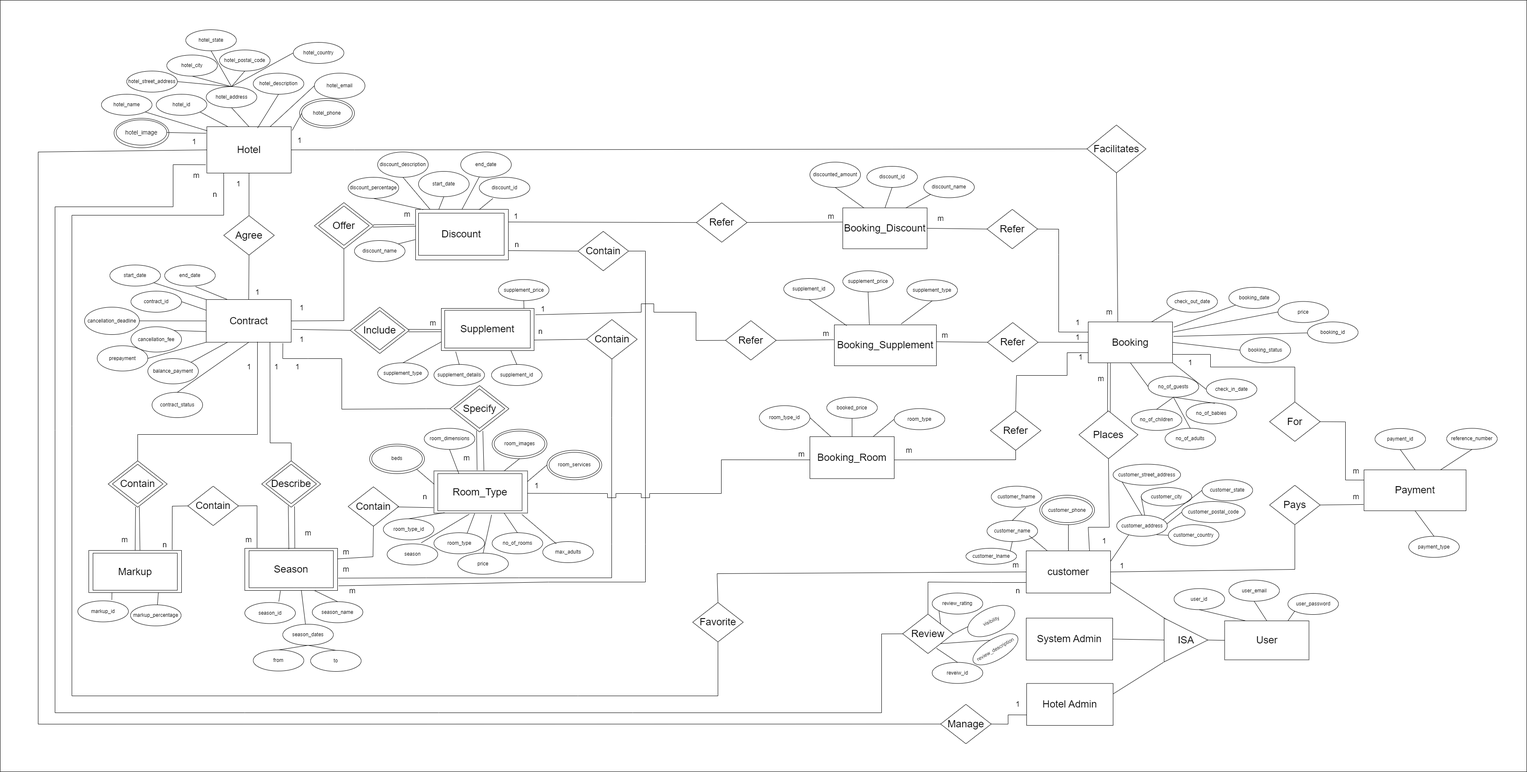
janchilling/Hotel-Management-System keeps this draw.io diagram as Submissions/ER-Diagram/Updated-ER-Hotel_Management-System.drawio.png. Above is the earlier version. Source tidied: cells renumbered, new cells last; positions are measured from the earlier drawing's top-left corner, leaving out a move shared by most shapes.
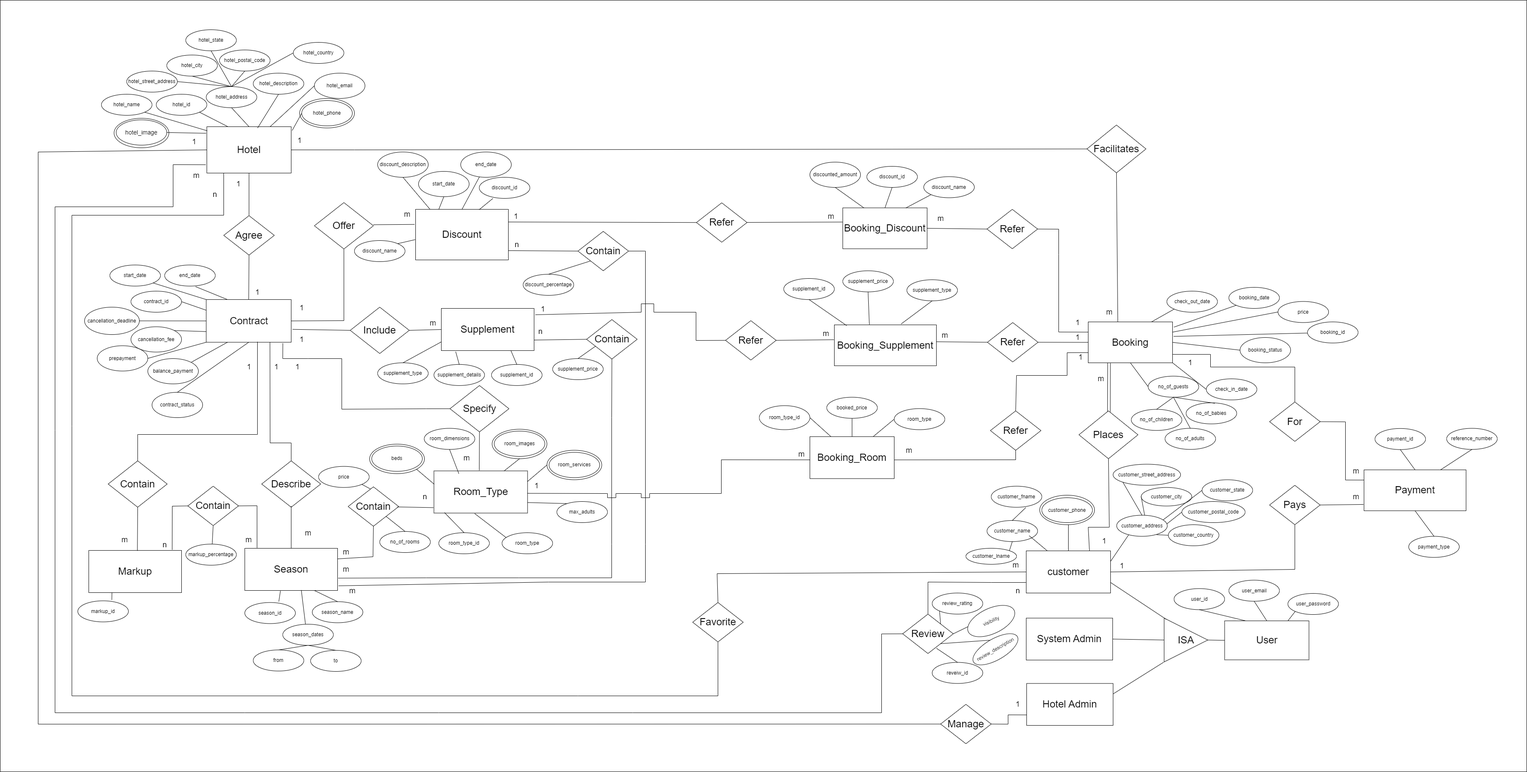
Later version of the same file.

Change to the diagram source:
```diff
@@ -4,18 +4,18 @@
     <mxCell id="1" parent="0" />
-    <mxCell id="2" style="rounded=0;whiteSpace=wrap;html=1;" parent="1" vertex="1">
+    <mxCell id="2" value="&lt;span style=&quot;font-size: 24px;&quot;&gt;Supplement&lt;/span&gt;" style="rounded=0;whiteSpace=wrap;html=1;" parent="1" vertex="1">
       <mxGeometry x="1046" y="731" width="220" height="100" as="geometry" />
     </mxCell>
-    <mxCell id="3" style="rounded=0;whiteSpace=wrap;html=1;" parent="1" vertex="1">
+    <mxCell id="3" value="&lt;span style=&quot;font-size: 24px;&quot;&gt;Discount&lt;/span&gt;" style="rounded=0;whiteSpace=wrap;html=1;" parent="1" vertex="1">
       <mxGeometry x="985" y="496" width="220" height="120" as="geometry" />
     </mxCell>
-    <mxCell id="4" style="rounded=0;whiteSpace=wrap;html=1;" parent="1" vertex="1">
+    <mxCell id="4" value="&lt;span style=&quot;font-size: 24px;&quot;&gt;Room_Type&lt;/span&gt;" style="rounded=0;whiteSpace=wrap;html=1;" parent="1" vertex="1">
       <mxGeometry x="1028.5" y="1116.4" width="222" height="100" as="geometry" />
     </mxCell>
-    <mxCell id="5" style="rounded=0;whiteSpace=wrap;html=1;" parent="1" vertex="1">
+    <mxCell id="5" value="&lt;span style=&quot;font-size: 24px;&quot;&gt;Season&lt;/span&gt;" style="rounded=0;whiteSpace=wrap;html=1;" parent="1" vertex="1">
       <mxGeometry x="580" y="1300" width="220" height="100" as="geometry" />
     </mxCell>
-    <mxCell id="6" style="rounded=0;whiteSpace=wrap;html=1;" parent="1" vertex="1">
+    <mxCell id="6" value="&lt;span style=&quot;font-size: 24px;&quot;&gt;Markup&lt;/span&gt;" style="rounded=0;whiteSpace=wrap;html=1;" parent="1" vertex="1">
       <mxGeometry x="210" y="1305" width="220" height="100" as="geometry" />
     </mxCell>
-    <mxCell id="7" style="rhombus;whiteSpace=wrap;html=1;" parent="1" vertex="1">
+    <mxCell id="7" value="&lt;span style=&quot;font-size: 24px;&quot;&gt;Contain&lt;/span&gt;" style="rhombus;whiteSpace=wrap;html=1;" parent="1" vertex="1">
       <mxGeometry x="256" y="1092.5" width="140" height="110" as="geometry" />
@@ -169,5 +169,2 @@
     </mxCell>
-    <mxCell id="57" value="&lt;font style=&quot;font-size: 24px;&quot;&gt;Markup&lt;/font&gt;" style="rounded=0;whiteSpace=wrap;html=1;" parent="1" vertex="1">
-      <mxGeometry x="220" y="1311.5" width="200" height="88" as="geometry" />
-    </mxCell>
     <mxCell id="58" value="markup_id" style="ellipse;whiteSpace=wrap;html=1;" parent="1" vertex="1">
@@ -178,11 +175,5 @@
     </mxCell>
-    <mxCell id="60" style="endArrow=none;html=1;rounded=0;entryX=0.5;entryY=1;entryDx=0;entryDy=0;exitX=0.75;exitY=1;exitDx=0;exitDy=0;" parent="1" edge="1" source="6" target="61">
+    <mxCell id="60" style="endArrow=none;html=1;rounded=0;entryX=0.5;entryY=1;entryDx=0;entryDy=0;exitX=0.5;exitY=1;exitDx=0;exitDy=0;" parent="1" edge="1" source="273" target="61">
       <mxGeometry relative="1" as="geometry" />
     </mxCell>
-    <mxCell id="61" value="markup_percentage" style="ellipse;whiteSpace=wrap;html=1;" parent="1" vertex="1">
-      <mxGeometry x="309" y="1434" width="120" height="50" as="geometry" />
-    </mxCell>
-    <mxCell id="62" value="&lt;font style=&quot;font-size: 24px;&quot;&gt;Contain&lt;/font&gt;" style="rhombus;whiteSpace=wrap;html=1;" parent="1" vertex="1">
-      <mxGeometry x="266" y="1100.5" width="120" height="93.5" as="geometry" />
-    </mxCell>
     <mxCell id="63" style="endArrow=none;html=1;rounded=0;exitX=0.5;exitY=0;exitDx=0;exitDy=0;" parent="1" edge="1" source="7">
@@ -196,8 +187,5 @@
     </mxCell>
-    <mxCell id="64" style="rhombus;whiteSpace=wrap;html=1;" parent="1" vertex="1">
+    <mxCell id="64" value="&lt;span style=&quot;font-size: 24px;&quot;&gt;Describe&lt;/span&gt;" style="rhombus;whiteSpace=wrap;html=1;" parent="1" vertex="1">
       <mxGeometry x="620" y="1092.5" width="140" height="110" as="geometry" />
     </mxCell>
-    <mxCell id="65" value="&lt;font style=&quot;font-size: 24px;&quot;&gt;Season&lt;/font&gt;" style="rounded=0;whiteSpace=wrap;html=1;" parent="1" vertex="1">
-      <mxGeometry x="590" y="1305.5" width="200" height="88" as="geometry" />
-    </mxCell>
     <mxCell id="66" value="season_id" style="ellipse;whiteSpace=wrap;html=1;" parent="1" vertex="1">
@@ -226,5 +214,2 @@
     </mxCell>
-    <mxCell id="74" value="&lt;font style=&quot;font-size: 24px;&quot;&gt;Describe&lt;/font&gt;" style="rhombus;whiteSpace=wrap;html=1;" parent="1" vertex="1">
-      <mxGeometry x="630" y="1100.5" width="120" height="93.5" as="geometry" />
-    </mxCell>
     <mxCell id="75" value="season_name" style="ellipse;whiteSpace=wrap;html=1;" parent="1" vertex="1">
@@ -235,8 +220,5 @@
     </mxCell>
-    <mxCell id="77" style="endArrow=none;html=1;rounded=0;exitX=0.464;exitY=0.991;exitDx=0;exitDy=0;exitPerimeter=0;entryX=0.5;entryY=0;entryDx=0;entryDy=0;" parent="1" edge="1" source="7" target="6">
+    <mxCell id="77" style="endArrow=none;html=1;rounded=0;exitX=0.5;exitY=1;exitDx=0;exitDy=0;entryX=0.524;entryY=0.008;entryDx=0;entryDy=0;entryPerimeter=0;" parent="1" edge="1" source="7" target="6">
       <mxGeometry relative="1" as="geometry" />
     </mxCell>
-    <mxCell id="78" style="endArrow=none;html=1;rounded=0;exitX=0.528;exitY=0.989;exitDx=0;exitDy=0;exitPerimeter=0;entryX=0.552;entryY=0.004;entryDx=0;entryDy=0;entryPerimeter=0;" parent="1" edge="1" source="7" target="6">
-      <mxGeometry relative="1" as="geometry" />
-    </mxCell>
     <mxCell id="79" style="endArrow=none;html=1;rounded=0;entryX=0.75;entryY=1;entryDx=0;entryDy=0;exitX=0.5;exitY=0;exitDx=0;exitDy=0;" parent="1" edge="1" source="64" target="36">
@@ -249,20 +231,11 @@
     </mxCell>
-    <mxCell id="80" style="endArrow=none;html=1;rounded=0;entryX=0.451;entryY=0.968;entryDx=0;entryDy=0;entryPerimeter=0;exitX=0.475;exitY=0.025;exitDx=0;exitDy=0;exitPerimeter=0;" parent="1" edge="1" source="5" target="64">
-      <mxGeometry relative="1" as="geometry" />
+    <mxCell id="80" style="endArrow=none;html=1;rounded=0;" parent="1" edge="1">
+      <mxGeometry relative="1" as="geometry">
+        <mxPoint x="690" y="1300" as="sourcePoint" />
+        <mxPoint x="690" y="1200" as="targetPoint" />
+      </mxGeometry>
     </mxCell>
-    <mxCell id="81" style="endArrow=none;html=1;rounded=0;entryX=0.557;entryY=0.982;entryDx=0;entryDy=0;entryPerimeter=0;exitX=0.539;exitY=0.004;exitDx=0;exitDy=0;exitPerimeter=0;" parent="1" edge="1" source="5" target="64">
-      <mxGeometry relative="1" as="geometry" />
-    </mxCell>
-    <mxCell id="82" style="rhombus;whiteSpace=wrap;html=1;" parent="1" vertex="1">
+    <mxCell id="82" value="&lt;span style=&quot;font-size: 24px;&quot;&gt;Specify&lt;/span&gt;" style="rhombus;whiteSpace=wrap;html=1;" parent="1" vertex="1">
       <mxGeometry x="1066.5" y="913.9" width="140" height="110" as="geometry" />
     </mxCell>
-    <mxCell id="83" value="&lt;font style=&quot;font-size: 24px;&quot;&gt;Room_Type&lt;/font&gt;" style="rounded=0;whiteSpace=wrap;html=1;" parent="1" vertex="1">
-      <mxGeometry x="1037.5" y="1122.9" width="200" height="88" as="geometry" />
-    </mxCell>
-    <mxCell id="84" value="season" style="ellipse;whiteSpace=wrap;html=1;" parent="1" vertex="1">
-      <mxGeometry x="917.5" y="1289.4" width="120" height="50" as="geometry" />
-    </mxCell>
-    <mxCell id="85" style="endArrow=none;html=1;rounded=0;exitX=0.377;exitY=1.026;exitDx=0;exitDy=0;entryX=0.672;entryY=-0.044;entryDx=0;entryDy=0;entryPerimeter=0;exitPerimeter=0;" parent="1" edge="1" source="4" target="84">
-      <mxGeometry relative="1" as="geometry" />
-    </mxCell>
     <mxCell id="86" style="endArrow=none;html=1;rounded=0;entryX=0.5;entryY=1;entryDx=0;entryDy=0;exitX=0.435;exitY=1.011;exitDx=0;exitDy=0;exitPerimeter=0;" parent="1" edge="1" source="4" target="87">
@@ -270,23 +243,8 @@
     </mxCell>
-    <mxCell id="87" value="room_type" style="ellipse;whiteSpace=wrap;html=1;" parent="1" vertex="1">
-      <mxGeometry x="1028.5" y="1263" width="120" height="50" as="geometry" />
-    </mxCell>
-    <mxCell id="88" value="&lt;font style=&quot;font-size: 24px;&quot;&gt;Specify&lt;/font&gt;" style="rhombus;whiteSpace=wrap;html=1;" parent="1" vertex="1">
-      <mxGeometry x="1076.5" y="921.9" width="120" height="93.5" as="geometry" />
-    </mxCell>
-    <mxCell id="89" value="price" style="ellipse;whiteSpace=wrap;html=1;" parent="1" vertex="1">
-      <mxGeometry x="1085" y="1311.5" width="120" height="50" as="geometry" />
-    </mxCell>
-    <mxCell id="90" style="endArrow=none;html=1;rounded=0;exitX=0.616;exitY=1.04;exitDx=0;exitDy=0;entryX=0.5;entryY=0;entryDx=0;entryDy=0;exitPerimeter=0;" parent="1" edge="1" source="4" target="89">
+    <mxCell id="90" style="endArrow=none;html=1;rounded=0;exitX=0.441;exitY=0.055;exitDx=0;exitDy=0;entryX=1;entryY=1;entryDx=0;entryDy=0;exitPerimeter=0;" parent="1" edge="1" source="261" target="89">
       <mxGeometry relative="1" as="geometry" />
     </mxCell>
-    <mxCell id="91" style="endArrow=none;html=1;rounded=0;entryX=0.451;entryY=0.968;entryDx=0;entryDy=0;entryPerimeter=0;exitX=0.461;exitY=-0.017;exitDx=0;exitDy=0;exitPerimeter=0;" parent="1" edge="1" source="4" target="82">
+    <mxCell id="91" style="endArrow=none;html=1;rounded=0;entryX=0.5;entryY=1;entryDx=0;entryDy=0;exitX=0.484;exitY=-0.012;exitDx=0;exitDy=0;exitPerimeter=0;" parent="1" edge="1" source="4" target="82">
       <mxGeometry relative="1" as="geometry" />
     </mxCell>
-    <mxCell id="92" style="endArrow=none;html=1;rounded=0;entryX=0.557;entryY=0.982;entryDx=0;entryDy=0;entryPerimeter=0;exitX=0.534;exitY=-0.003;exitDx=0;exitDy=0;exitPerimeter=0;" parent="1" edge="1" source="4" target="82">
-      <mxGeometry relative="1" as="geometry" />
-    </mxCell>
-    <mxCell id="93" value="&lt;font style=&quot;font-size: 24px;&quot;&gt;Discount&lt;/font&gt;" style="rounded=0;whiteSpace=wrap;html=1;" parent="1" vertex="1">
-      <mxGeometry x="992" y="505" width="203" height="100" as="geometry" />
-    </mxCell>
     <mxCell id="94" value="discount_id" style="ellipse;whiteSpace=wrap;html=1;" parent="1" vertex="1">
@@ -297,5 +255,2 @@
     </mxCell>
-    <mxCell id="96" value="discount_percentage" style="ellipse;whiteSpace=wrap;html=1;" parent="1" vertex="1">
-      <mxGeometry x="825" y="420" width="120" height="50" as="geometry" />
-    </mxCell>
     <mxCell id="97" style="endArrow=none;html=1;rounded=0;entryX=0.269;entryY=1.003;entryDx=0;entryDy=0;exitX=0.685;exitY=0.007;exitDx=0;exitDy=0;exitPerimeter=0;entryPerimeter=0;" parent="1" edge="1" source="3" target="94">
@@ -306,3 +261,3 @@
     </mxCell>
-    <mxCell id="99" style="endArrow=none;html=1;rounded=0;exitX=0.082;exitY=0.007;exitDx=0;exitDy=0;exitPerimeter=0;entryX=0.5;entryY=1;entryDx=0;entryDy=0;" parent="1" edge="1" source="3" target="96">
+    <mxCell id="99" style="endArrow=none;html=1;rounded=0;exitX=0;exitY=1;exitDx=0;exitDy=0;entryX=0.5;entryY=0;entryDx=0;entryDy=0;" parent="1" edge="1" source="262" target="96">
       <mxGeometry relative="1" as="geometry" />
@@ -321,5 +276,2 @@
     </mxCell>
-    <mxCell id="104" value="&lt;font style=&quot;font-size: 24px;&quot;&gt;Supplement&lt;/font&gt;" style="rounded=0;whiteSpace=wrap;html=1;" parent="1" vertex="1">
-      <mxGeometry x="1054" y="735.5" width="203" height="89.5" as="geometry" />
-    </mxCell>
     <mxCell id="105" value="supplement_id" style="ellipse;whiteSpace=wrap;html=1;" parent="1" vertex="1">
@@ -327,5 +279,2 @@
     </mxCell>
-    <mxCell id="106" value="supplement_price" style="ellipse;whiteSpace=wrap;html=1;" parent="1" vertex="1">
-      <mxGeometry x="1181.5" y="662.5" width="120" height="50" as="geometry" />
-    </mxCell>
     <mxCell id="107" value="supplement_details" style="ellipse;whiteSpace=wrap;html=1;" parent="1" vertex="1">
@@ -336,6 +285,4 @@
     </mxCell>
-    <mxCell id="109" style="endArrow=none;html=1;rounded=0;entryX=0.5;entryY=1;entryDx=0;entryDy=0;exitX=0.5;exitY=0;exitDx=0;exitDy=0;" parent="1" edge="1" target="106">
-      <mxGeometry relative="1" as="geometry">
-        <mxPoint x="1242" y="731" as="sourcePoint" />
-      </mxGeometry>
+    <mxCell id="109" style="endArrow=none;html=1;rounded=0;entryX=0.5;entryY=0;entryDx=0;entryDy=0;exitX=0.19;exitY=0.662;exitDx=0;exitDy=0;exitPerimeter=0;" parent="1" edge="1" source="263" target="106">
+      <mxGeometry relative="1" as="geometry" />
     </mxCell>
@@ -676,8 +623,5 @@
     </mxCell>
-    <mxCell id="203" style="rhombus;whiteSpace=wrap;html=1;" parent="1" vertex="1">
+    <mxCell id="203" value="&lt;span style=&quot;font-size: 24px;&quot;&gt;Include&lt;/span&gt;" style="rhombus;whiteSpace=wrap;html=1;" parent="1" vertex="1">
       <mxGeometry x="830" y="728" width="140" height="110" as="geometry" />
     </mxCell>
-    <mxCell id="204" value="&lt;font style=&quot;font-size: 24px;&quot;&gt;Include&lt;/font&gt;" style="rhombus;whiteSpace=wrap;html=1;" parent="1" vertex="1">
-      <mxGeometry x="840" y="736" width="120" height="93.5" as="geometry" />
-    </mxCell>
     <mxCell id="205" style="endArrow=none;html=1;rounded=0;entryX=-0.009;entryY=1.005;entryDx=0;entryDy=0;entryPerimeter=0;exitX=1;exitY=0.25;exitDx=0;exitDy=0;" parent="1" edge="1" source="172" target="170">
@@ -685,8 +629,5 @@
     </mxCell>
-    <mxCell id="206" style="rhombus;whiteSpace=wrap;html=1;" parent="1" vertex="1">
+    <mxCell id="206" value="&lt;span style=&quot;font-size: 24px;&quot;&gt;Offer&lt;/span&gt;" style="rhombus;whiteSpace=wrap;html=1;" parent="1" vertex="1">
       <mxGeometry x="745" y="480" width="140" height="110" as="geometry" />
     </mxCell>
-    <mxCell id="207" value="&lt;font style=&quot;font-size: 24px;&quot;&gt;Offer&lt;/font&gt;" style="rhombus;whiteSpace=wrap;html=1;" parent="1" vertex="1">
-      <mxGeometry x="755" y="488" width="120" height="93.5" as="geometry" />
-    </mxCell>
     <mxCell id="208" style="endArrow=none;html=1;rounded=0;exitX=1;exitY=0.5;exitDx=0;exitDy=0;entryX=0.5;entryY=1;entryDx=0;entryDy=0;" parent="1" edge="1" source="36" target="206">
@@ -701,5 +642,2 @@
     </mxCell>
-    <mxCell id="210" style="endArrow=none;html=1;rounded=0;entryX=-0.002;entryY=0.333;entryDx=0;entryDy=0;entryPerimeter=0;exitX=0.991;exitY=0.53;exitDx=0;exitDy=0;exitPerimeter=0;" parent="1" edge="1" source="206" target="3">
-      <mxGeometry relative="1" as="geometry" />
-    </mxCell>
     <mxCell id="211" value="&lt;font style=&quot;font-size: 24px;&quot;&gt;Manage&lt;/font&gt;" style="rhombus;whiteSpace=wrap;html=1;" parent="1" vertex="1">
@@ -747,12 +685,6 @@
     </mxCell>
-    <mxCell id="222" value="no_of_rooms" style="ellipse;whiteSpace=wrap;html=1;" parent="1" vertex="1">
-      <mxGeometry x="1166.5" y="1263" width="120" height="50" as="geometry" />
-    </mxCell>
-    <mxCell id="223" style="endArrow=none;html=1;rounded=0;entryX=0.75;entryY=1;entryDx=0;entryDy=0;exitX=0.5;exitY=0;exitDx=0;exitDy=0;" parent="1" edge="1" source="222" target="4">
+    <mxCell id="223" style="endArrow=none;html=1;rounded=0;entryX=1;entryY=1;entryDx=0;entryDy=0;exitX=0.5;exitY=0;exitDx=0;exitDy=0;" parent="1" edge="1" source="222" target="261">
       <mxGeometry relative="1" as="geometry" />
     </mxCell>
-    <mxCell id="224" value="max_adults" style="ellipse;whiteSpace=wrap;html=1;" parent="1" vertex="1">
-      <mxGeometry x="1286.5" y="1284" width="120" height="50" as="geometry" />
-    </mxCell>
-    <mxCell id="225" style="endArrow=none;html=1;rounded=0;entryX=0.268;entryY=0.102;entryDx=0;entryDy=0;exitX=0.939;exitY=1.032;exitDx=0;exitDy=0;exitPerimeter=0;entryPerimeter=0;" parent="1" edge="1" source="4" target="224">
+    <mxCell id="225" style="endArrow=none;html=1;rounded=0;entryX=0.268;entryY=0.102;entryDx=0;entryDy=0;exitX=1;exitY=0.75;exitDx=0;exitDy=0;entryPerimeter=0;" parent="1" edge="1" source="4" target="224">
       <mxGeometry relative="1" as="geometry" />
@@ -792,8 +724,5 @@
     </mxCell>
-    <mxCell id="237" style="endArrow=none;html=1;rounded=0;exitX=0.983;exitY=0.479;exitDx=0;exitDy=0;exitPerimeter=0;entryX=0;entryY=0.5;entryDx=0;entryDy=0;" parent="1" edge="1" source="203" target="2">
+    <mxCell id="237" style="endArrow=none;html=1;rounded=0;exitX=1;exitY=0.5;exitDx=0;exitDy=0;entryX=0;entryY=0.5;entryDx=0;entryDy=0;" parent="1" edge="1" source="203" target="2">
       <mxGeometry relative="1" as="geometry" />
     </mxCell>
-    <mxCell id="238" style="endArrow=none;html=1;rounded=0;exitX=0.986;exitY=0.532;exitDx=0;exitDy=0;exitPerimeter=0;entryX=-0.003;entryY=0.553;entryDx=0;entryDy=0;entryPerimeter=0;" parent="1" edge="1" source="203" target="2">
-      <mxGeometry relative="1" as="geometry" />
-    </mxCell>
     <mxCell id="239" style="endArrow=none;html=1;rounded=0;exitX=0.5;exitY=1;exitDx=0;exitDy=0;entryX=0.75;entryY=0;entryDx=0;entryDy=0;" parent="1" edge="1" source="240" target="4">
@@ -819,4 +748,6 @@
     </mxCell>
-    <mxCell id="246" style="endArrow=none;html=1;rounded=0;exitX=0.25;exitY=0;exitDx=0;exitDy=0;entryX=0.5;entryY=1;entryDx=0;entryDy=0;" parent="1" edge="1" source="83" target="245">
-      <mxGeometry relative="1" as="geometry" />
+    <mxCell id="246" style="endArrow=none;html=1;rounded=0;exitX=0.25;exitY=0;exitDx=0;exitDy=0;entryX=0.5;entryY=1;entryDx=0;entryDy=0;" parent="1" edge="1" target="245">
+      <mxGeometry relative="1" as="geometry">
+        <mxPoint x="1087.5" y="1122.9" as="sourcePoint" />
+      </mxGeometry>
     </mxCell>
@@ -978,5 +909,2 @@
     </mxCell>
-    <mxCell id="290" value="room_type_id" style="ellipse;whiteSpace=wrap;html=1;" parent="1" vertex="1">
-      <mxGeometry x="908.5" y="1230" width="120" height="50" as="geometry" />
-    </mxCell>
     <mxCell id="291" style="endArrow=none;html=1;rounded=0;exitX=0.5;exitY=0;exitDx=0;exitDy=0;entryX=0.113;entryY=0.989;entryDx=0;entryDy=0;entryPerimeter=0;" parent="1" edge="1" source="290" target="4">
@@ -1154,2 +1082,26 @@
     </mxCell>
+    <mxCell id="89" value="price" style="ellipse;whiteSpace=wrap;html=1;" parent="330" vertex="1">
+      <mxGeometry x="755" y="1105.6" width="120" height="50" as="geometry" />
+    </mxCell>
+    <mxCell id="224" value="max_adults" style="ellipse;whiteSpace=wrap;html=1;" parent="330" vertex="1">
+      <mxGeometry x="1320" y="1189" width="120" height="50" as="geometry" />
+    </mxCell>
+    <mxCell id="222" value="no_of_rooms" style="ellipse;whiteSpace=wrap;html=1;" parent="330" vertex="1">
+      <mxGeometry x="900" y="1260" width="120" height="50" as="geometry" />
+    </mxCell>
+    <mxCell id="87" value="room_type" style="ellipse;whiteSpace=wrap;html=1;" parent="330" vertex="1">
+      <mxGeometry x="1190" y="1263" width="120" height="50" as="geometry" />
+    </mxCell>
+    <mxCell id="290" value="room_type_id" style="ellipse;whiteSpace=wrap;html=1;" parent="330" vertex="1">
+      <mxGeometry x="1040" y="1263" width="120" height="50" as="geometry" />
+    </mxCell>
+    <mxCell id="106" value="supplement_price" style="ellipse;whiteSpace=wrap;html=1;" parent="330" vertex="1">
+      <mxGeometry x="1310" y="850" width="120" height="50" as="geometry" />
+    </mxCell>
+    <mxCell id="96" value="discount_percentage" style="ellipse;whiteSpace=wrap;html=1;" parent="330" vertex="1">
+      <mxGeometry x="1240" y="650" width="120" height="50" as="geometry" />
+    </mxCell>
+    <mxCell id="61" value="markup_percentage" style="ellipse;whiteSpace=wrap;html=1;" parent="330" vertex="1">
+      <mxGeometry x="440" y="1290" width="120" height="50" as="geometry" />
+    </mxCell>
   </root>
```
